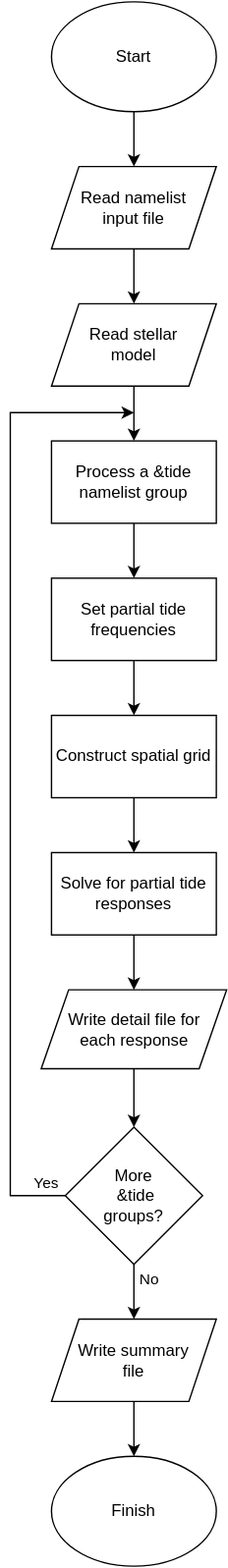
Earlier version of the draw.io export doc/source/user-guide/frontends/gyre_tides-flow.drawio.svg (rhdtownsend/gyre). Source tidied: cells renumbered, new cells last; positions are measured from the earlier drawing's top-left corner, leaving out a move shared by most shapes. Its diagram source:
```xml
<mxGraphModel>
  <root>
    <mxCell id="0" />
    <mxCell id="1" parent="0" />
    <mxCell id="2" style="edgeStyle=orthogonalEdgeStyle;rounded=0;jettySize=auto;html=1;exitX=0.475;exitY=0.988;exitDx=0;exitDy=0;exitPerimeter=0;" parent="1" edge="1" source="3" target="4">
      <mxGeometry relative="1" as="geometry">
        <Array as="points">
          <mxPoint x="90" y="79" />
        </Array>
      </mxGeometry>
    </mxCell>
    <mxCell id="3" value="Start" style="ellipse;whiteSpace=wrap;html=1;" parent="1" vertex="1">
      <mxGeometry x="30" width="120" height="80" as="geometry" />
    </mxCell>
    <mxCell id="4" value="Read namelist &lt;br&gt;input file" style="shape=parallelogram;perimeter=parallelogramPerimeter;whiteSpace=wrap;html=1;fixedSize=1;" parent="1" vertex="1">
      <mxGeometry x="30" y="120" width="120" height="60" as="geometry" />
    </mxCell>
    <mxCell id="5" value="Read&amp;nbsp;stellar&lt;br&gt;model" style="shape=parallelogram;perimeter=parallelogramPerimeter;whiteSpace=wrap;html=1;fixedSize=1;" parent="1" vertex="1">
      <mxGeometry x="30" y="220" width="120" height="60" as="geometry" />
    </mxCell>
    <mxCell id="6" value="Process a &amp;amp;tide namelist group" style="rounded=0;whiteSpace=wrap;html=1;" parent="1" vertex="1">
      <mxGeometry x="30" y="320" width="120" height="60" as="geometry" />
    </mxCell>
    <mxCell id="7" value="Set partial tide frequencies" style="rounded=0;whiteSpace=wrap;html=1;" parent="1" vertex="1">
      <mxGeometry x="30" y="420" width="120" height="60" as="geometry" />
    </mxCell>
    <mxCell id="8" value="Construct spatial grid" style="rounded=0;whiteSpace=wrap;html=1;" parent="1" vertex="1">
      <mxGeometry x="30" y="520" width="120" height="60" as="geometry" />
    </mxCell>
    <mxCell id="9" value="Solve for partial tide responses" style="rounded=0;whiteSpace=wrap;html=1;" parent="1" vertex="1">
      <mxGeometry x="30" y="620" width="120" height="60" as="geometry" />
    </mxCell>
    <mxCell id="10" value="Write detail file for &lt;br&gt;each response" style="shape=parallelogram;perimeter=parallelogramPerimeter;whiteSpace=wrap;html=1;fixedSize=1;" parent="1" vertex="1">
      <mxGeometry x="22.5" y="720" width="135" height="57.5" as="geometry" />
    </mxCell>
    <mxCell id="11" value="More&lt;br&gt;&amp;nbsp;&amp;amp;tide&lt;br&gt;groups?" style="rhombus;whiteSpace=wrap;html=1;" parent="1" vertex="1">
      <mxGeometry x="40" y="820" width="100" height="100" as="geometry" />
    </mxCell>
    <mxCell id="12" style="endArrow=classic;html=1;rounded=0;edgeStyle=orthogonalEdgeStyle;" parent="1" edge="1" source="11">
      <mxGeometry relative="1" as="geometry">
        <mxPoint x="90" y="299.4" as="targetPoint" />
        <Array as="points">
          <mxPoint y="870" />
          <mxPoint y="299" />
        </Array>
      </mxGeometry>
    </mxCell>
    <mxCell id="13" value="Yes" style="edgeLabel;html=1;align=center;verticalAlign=middle;" parent="12" vertex="1">
      <mxGeometry x="-0.96" relative="1" as="geometry">
        <mxPoint y="-10" as="offset" />
      </mxGeometry>
    </mxCell>
    <mxCell id="14" style="endArrow=classic;html=1;rounded=0;" parent="1" edge="1" source="4" target="5">
      <mxGeometry relative="1" as="geometry" />
    </mxCell>
    <mxCell id="15" style="endArrow=classic;html=1;rounded=0;" parent="1" edge="1" source="5" target="6">
      <mxGeometry relative="1" as="geometry" />
    </mxCell>
    <mxCell id="16" style="endArrow=classic;html=1;rounded=0;" parent="1" edge="1" source="6" target="7">
      <mxGeometry relative="1" as="geometry" />
    </mxCell>
    <mxCell id="17" style="endArrow=classic;html=1;rounded=0;" parent="1" edge="1" source="7" target="8">
      <mxGeometry relative="1" as="geometry" />
    </mxCell>
    <mxCell id="18" style="endArrow=classic;html=1;rounded=0;" parent="1" edge="1" source="8" target="9">
      <mxGeometry x="1" y="-151" relative="1" as="geometry">
        <mxPoint x="131" y="150" as="offset" />
      </mxGeometry>
    </mxCell>
    <mxCell id="19" style="endArrow=classic;html=1;rounded=0;" parent="1" edge="1" source="9" target="10">
      <mxGeometry relative="1" as="geometry" />
    </mxCell>
    <mxCell id="20" style="endArrow=classic;html=1;rounded=0;" parent="1" edge="1" source="10" target="11">
      <mxGeometry x="1" y="162" relative="1" as="geometry">
        <mxPoint x="-102" y="150" as="offset" />
      </mxGeometry>
    </mxCell>
    <mxCell id="21" value="Write summary &lt;br&gt;file" style="shape=parallelogram;perimeter=parallelogramPerimeter;whiteSpace=wrap;html=1;fixedSize=1;" parent="1" vertex="1">
      <mxGeometry x="30" y="960" width="120" height="60" as="geometry" />
    </mxCell>
    <mxCell id="22" style="endArrow=classic;html=1;rounded=0;" parent="1" edge="1" source="11" target="21">
      <mxGeometry relative="1" as="geometry" />
    </mxCell>
    <mxCell id="23" value="No" style="edgeLabel;html=1;align=center;verticalAlign=middle;" parent="22" vertex="1">
      <mxGeometry x="-0.36" relative="1" as="geometry">
        <mxPoint x="10" y="-3" as="offset" />
      </mxGeometry>
    </mxCell>
    <mxCell id="24" value="Finish" style="ellipse;whiteSpace=wrap;html=1;" parent="1" vertex="1">
      <mxGeometry x="30" y="1060" width="120" height="80" as="geometry" />
    </mxCell>
    <mxCell id="25" style="endArrow=classic;html=1;rounded=0;" parent="1" edge="1" source="21" target="24">
      <mxGeometry relative="1" as="geometry" />
    </mxCell>
  </root>
</mxGraphModel>
```
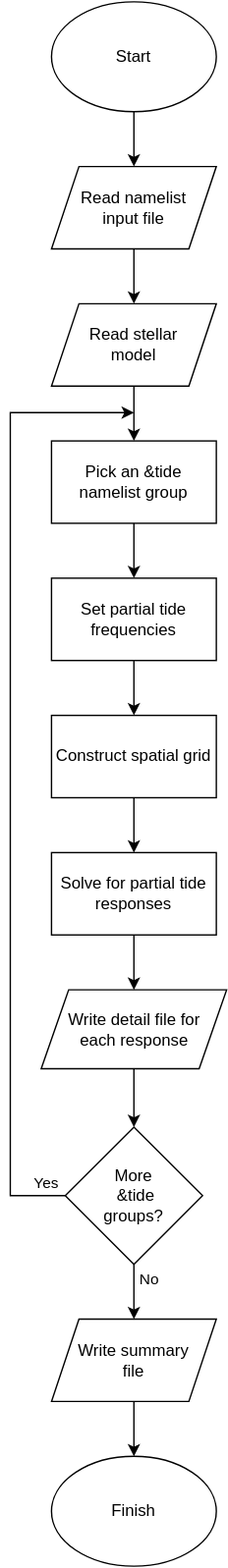
The same diagram one commit later.

Diff of the diagram source:
```diff
@@ -18,7 +18,7 @@
     <mxCell id="5" value="Read&amp;nbsp;stellar&lt;br&gt;model" style="shape=parallelogram;perimeter=parallelogramPerimeter;whiteSpace=wrap;html=1;fixedSize=1;" parent="1" vertex="1">
       <mxGeometry x="30" y="220" width="120" height="60" as="geometry" />
     </mxCell>
-    <mxCell id="6" value="Process a &amp;amp;tide namelist group" style="rounded=0;whiteSpace=wrap;html=1;" parent="1" vertex="1">
+    <mxCell id="6" value="Pick an &amp;amp;tide namelist group" style="rounded=0;whiteSpace=wrap;html=1;" parent="1" vertex="1">
       <mxGeometry x="30" y="320" width="120" height="60" as="geometry" />
     </mxCell>
     <mxCell id="7" value="Set partial tide frequencies" style="rounded=0;whiteSpace=wrap;html=1;" parent="1" vertex="1">
```
